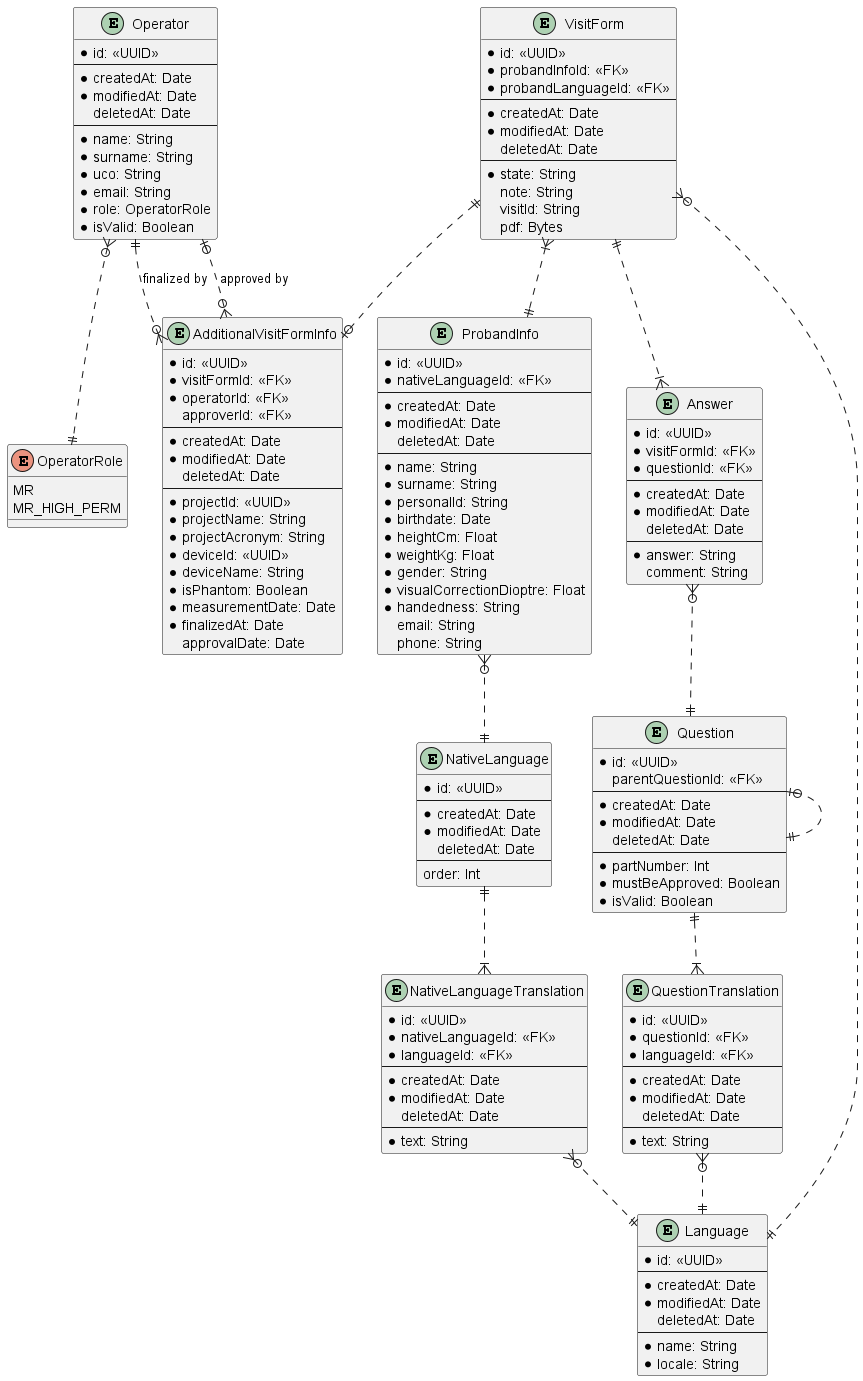
Before: backend/prisma/erd/ProbandSafetyQuestionnaire.png, a diagram exported from PlantUML (lukas-kratochvil/mafil-proband-safety-questionnaire).
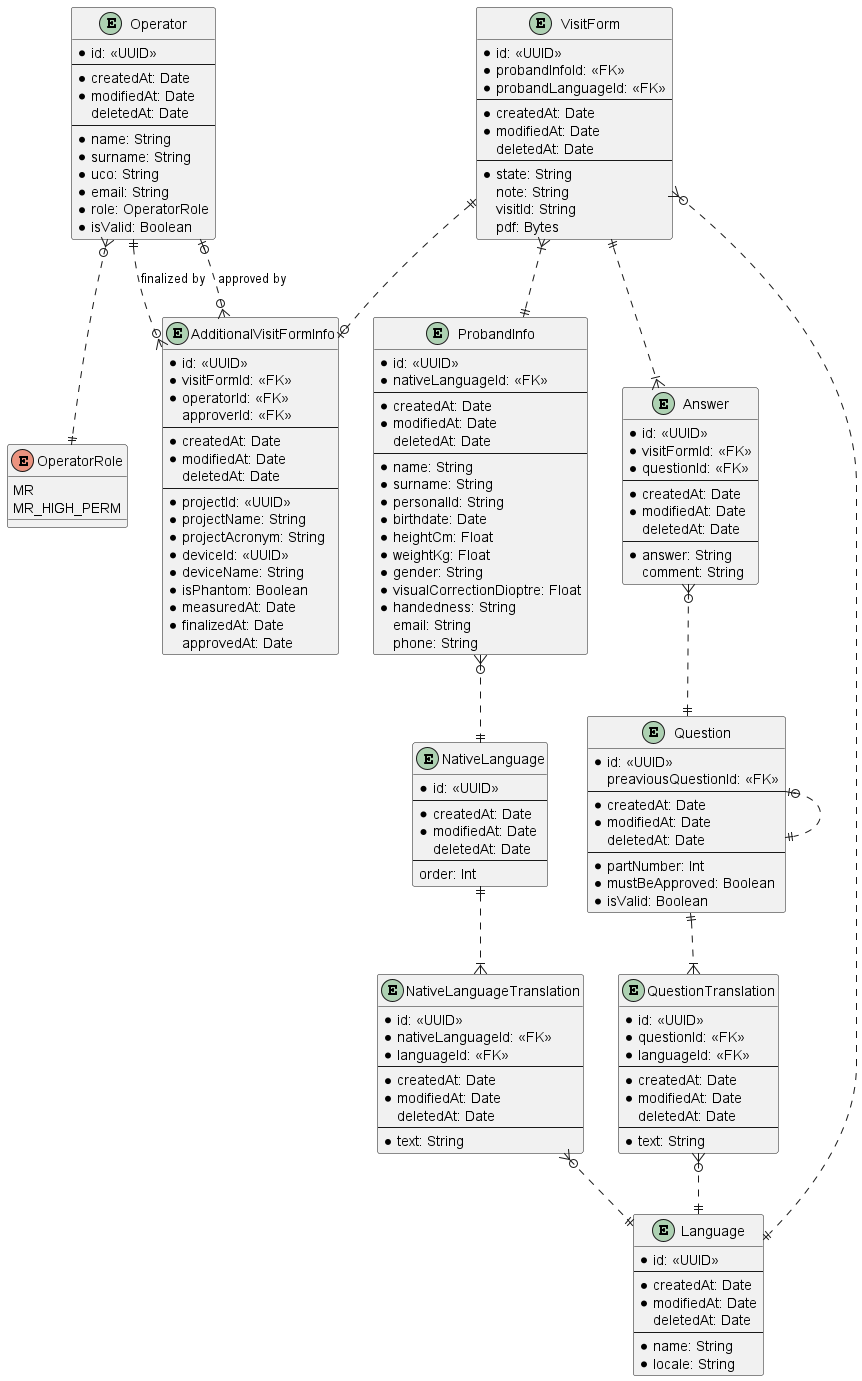
The same file after the commit.

Commit message:
fix: corrected ERD

What changed in the source:
```diff
@@ -51,9 +51,9 @@
   * deviceId: <<UUID>>
   * deviceName: String
   * isPhantom: Boolean
-  * measurementDate: Date
+  * measuredAt: Date
   * finalizedAt: Date
-  approvalDate: Date
+  approvedAt: Date
 }
 
 entity ProbandInfo {
@@ -114,7 +114,7 @@
 
 entity Question {
   * id: <<UUID>>
-  parentQuestionId: <<FK>>
+  preaviousQuestionId: <<FK>>
   ---
   * createdAt: Date
   * modifiedAt: Date
```
